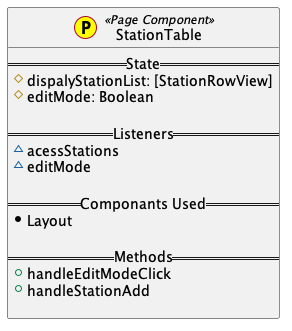
grid-rider/Computer_Science_IA_EntrySystem_Website keeps this PlantUML diagram as entry_system_website/UML_Diagrams/Pages/StationView.png. Above is the earlier version.
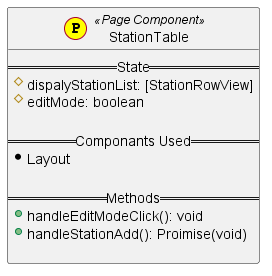
The same file after the commit.

Change to the diagram source:
```diff
@@ -3,18 +3,14 @@
 class StationTable << (P,yellow) Page Component>> {
     == State ==
      #dispalyStationList: [StationRowView]
-     #editMode: Boolean
-
-    == Listeners ==
-     ~acessStations
-     ~editMode
+     #editMode: boolean
 
     == Componants Used ==
      *Layout
 
     == Methods ==
-     +handleEditModeClick
-     +handleStationAdd
+     +handleEditModeClick(): void
+     +handleStationAdd(): Proimise(void)
 
 }
 
```
